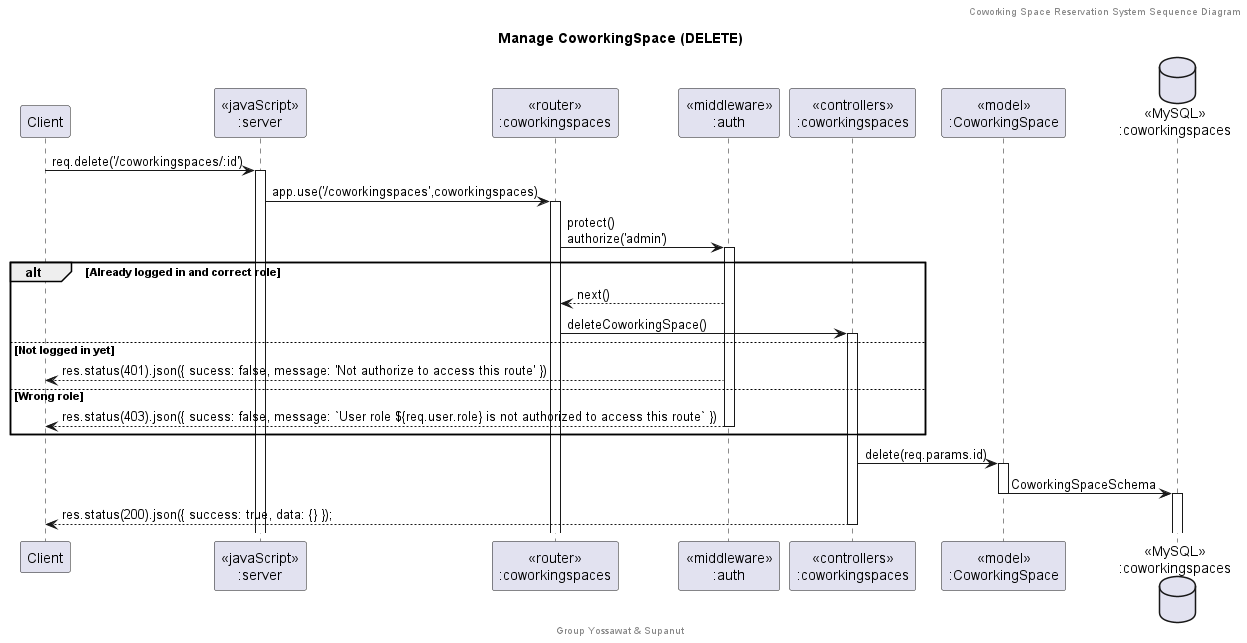
Above: doc/Sequence Diagram/png/Manage CoworkingSpace (DELETE).png in SupanutT/sw-dev-prac-project (PlantUML), before the change.
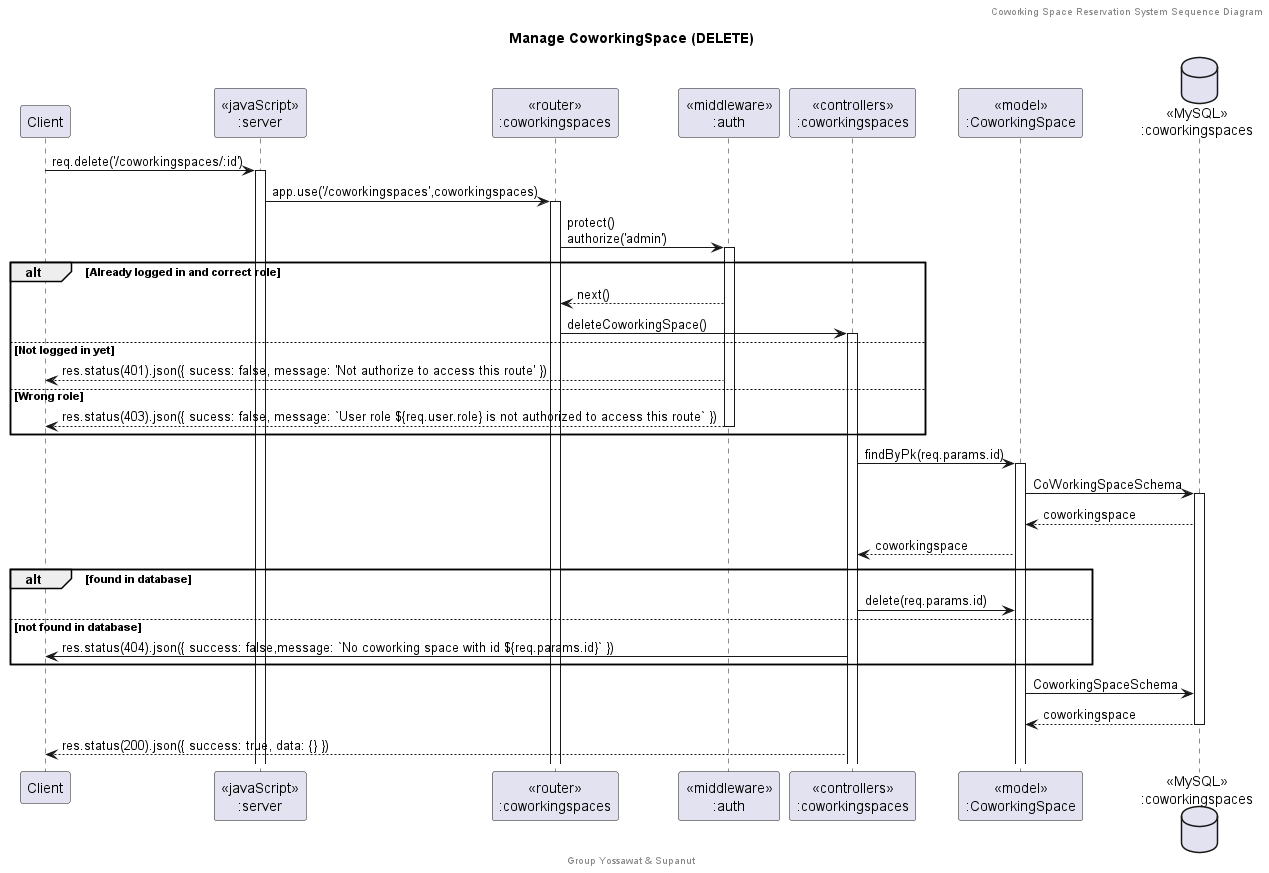
Above is the later version.

Diff of the diagram source:
```diff
@@ -23,8 +23,17 @@
 else Wrong role
     middleware --> client --: res.status(403).json({ sucess: false, message: `User role ${req.user.role} is not authorized to access this route` })
 end
-controllersCoworkingSpaces-> modelCoworkingSpace ++:delete(req.params.id)
-modelCoworkingSpace -> CoworkingSpacesDatabase --++: CoworkingSpaceSchema
-controllersCoworkingSpaces-->client --: res.status(200).json({ success: true, data: {} });
+controllersCoworkingSpaces -> modelCoworkingSpace ++: findByPk(req.params.id)
+modelCoworkingSpace -> CoworkingSpacesDatabase ++: CoWorkingSpaceSchema
+CoworkingSpacesDatabase --> modelCoworkingSpace : coworkingspace
+controllersCoworkingSpaces <-- modelCoworkingSpace : coworkingspace
+alt found in database
+    controllersCoworkingSpaces -> modelCoworkingSpace : delete(req.params.id)
+else not found in database
+    controllersCoworkingSpaces -> client : res.status(404).json({ success: false,message: `No coworking space with id ${req.params.id}` })
+end
+modelCoworkingSpace -> CoworkingSpacesDatabase : CoworkingSpaceSchema
+CoworkingSpacesDatabase --> modelCoworkingSpace --: coworkingspace
+controllersCoworkingSpaces-->client : res.status(200).json({ success: true, data: {} })
 
 @enduml
```
